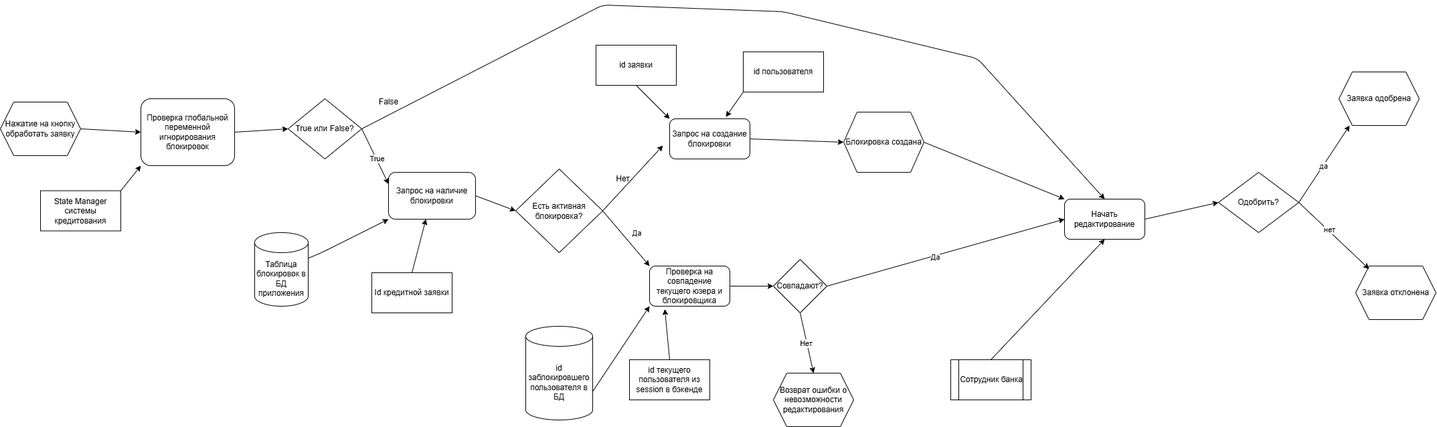
Before: EPC_model.png, a diagram exported from draw.io (lazYaaaa/Modeling-migrations-of-loan-system-prototype-DB). Source tidied: cells renumbered, new cells last; positions are measured from the earlier drawing's top-left corner, leaving out a move shared by most shapes. The source it was exported from:
```xml
<mxGraphModel>
  <root>
    <mxCell id="0" />
    <mxCell id="1" parent="0" />
    <mxCell id="2" style="edgeStyle=none;html=1;exitX=1;exitY=0.5;exitDx=0;exitDy=0;entryX=0;entryY=0.5;entryDx=0;entryDy=0;" parent="1" edge="1" source="3" target="6">
      <mxGeometry relative="1" as="geometry" />
    </mxCell>
    <mxCell id="3" value="Нажатие на кнопку&lt;br&gt;обработать заявку" style="shape=hexagon;perimeter=hexagonPerimeter2;whiteSpace=wrap;html=1;fixedSize=1;" parent="1" vertex="1">
      <mxGeometry y="145" width="120" height="80" as="geometry" />
    </mxCell>
    <mxCell id="4" value="Таблица блокировок в БД приложения" style="shape=cylinder3;whiteSpace=wrap;html=1;boundedLbl=1;backgroundOutline=1;size=15;" parent="1" vertex="1">
      <mxGeometry x="380" y="340" width="80" height="110" as="geometry" />
    </mxCell>
    <mxCell id="5" style="edgeStyle=none;html=1;exitX=1;exitY=0.5;exitDx=0;exitDy=0;entryX=0;entryY=0.5;entryDx=0;entryDy=0;" parent="1" edge="1" source="6" target="10">
      <mxGeometry relative="1" as="geometry" />
    </mxCell>
    <mxCell id="6" value="Проверка глобальной переменной игнорирования блокировок" style="rounded=1;whiteSpace=wrap;html=1;" parent="1" vertex="1">
      <mxGeometry x="210" y="140" width="140" height="100" as="geometry" />
    </mxCell>
    <mxCell id="7" style="edgeStyle=none;html=1;exitX=1;exitY=0.5;exitDx=0;exitDy=0;entryX=0.5;entryY=0;entryDx=0;entryDy=0;" parent="1" edge="1" source="10" target="31">
      <mxGeometry relative="1" as="geometry">
        <Array as="points">
          <mxPoint x="900" />
          <mxPoint x="1170" y="10" />
          <mxPoint x="1460" y="80" />
        </Array>
      </mxGeometry>
    </mxCell>
    <mxCell id="8" style="edgeStyle=none;html=1;exitX=1;exitY=0.5;exitDx=0;exitDy=0;entryX=0;entryY=0.25;entryDx=0;entryDy=0;" parent="1" edge="1" source="10" target="12">
      <mxGeometry relative="1" as="geometry" />
    </mxCell>
    <mxCell id="9" value="True" style="edgeLabel;html=1;align=center;verticalAlign=middle;" parent="8" vertex="1">
      <mxGeometry x="0.06" y="1" relative="1" as="geometry" />
    </mxCell>
    <mxCell id="10" value="True или False?" style="rhombus;whiteSpace=wrap;html=1;" parent="1" vertex="1">
      <mxGeometry x="430" y="140" width="110" height="90" as="geometry" />
    </mxCell>
    <mxCell id="11" style="edgeStyle=none;html=1;exitX=1;exitY=0.5;exitDx=0;exitDy=0;entryX=0;entryY=0.5;entryDx=0;entryDy=0;" parent="1" edge="1" source="12" target="17">
      <mxGeometry relative="1" as="geometry" />
    </mxCell>
    <mxCell id="12" value="Запрос на наличие блокировки" style="rounded=1;whiteSpace=wrap;html=1;" parent="1" vertex="1">
      <mxGeometry x="580" y="250" width="130" height="70" as="geometry" />
    </mxCell>
    <mxCell id="13" style="endArrow=classic;html=1;entryX=0;entryY=1;entryDx=0;entryDy=0;" parent="1" edge="1" source="4" target="12">
      <mxGeometry relative="1" as="geometry">
        <Array as="points">
          <mxPoint x="480" y="370" />
        </Array>
      </mxGeometry>
    </mxCell>
    <mxCell id="14" style="edgeStyle=none;html=1;exitX=1;exitY=0.5;exitDx=0;exitDy=0;entryX=0;entryY=0.5;entryDx=0;entryDy=0;" parent="1" edge="1" source="17">
      <mxGeometry relative="1" as="geometry">
        <mxPoint x="990" y="210" as="targetPoint" />
      </mxGeometry>
    </mxCell>
    <mxCell id="15" style="edgeStyle=none;html=1;exitX=1;exitY=0.5;exitDx=0;exitDy=0;entryX=0;entryY=0;entryDx=0;entryDy=0;" parent="1" edge="1" source="17" target="37">
      <mxGeometry relative="1" as="geometry" />
    </mxCell>
    <mxCell id="16" value="Да" style="edgeLabel;html=1;align=center;verticalAlign=middle;" parent="15" vertex="1">
      <mxGeometry x="-0.46" y="4" relative="1" as="geometry">
        <mxPoint x="28" y="13" as="offset" />
      </mxGeometry>
    </mxCell>
    <mxCell id="17" value="Есть активная блокировка?" style="rhombus;whiteSpace=wrap;html=1;" parent="1" vertex="1">
      <mxGeometry x="770" y="245" width="130" height="125" as="geometry" />
    </mxCell>
    <mxCell id="18" style="edgeStyle=none;html=1;exitX=1;exitY=0;exitDx=0;exitDy=0;entryX=0;entryY=1;entryDx=0;entryDy=0;" parent="1" edge="1" source="19" target="6">
      <mxGeometry relative="1" as="geometry" />
    </mxCell>
    <mxCell id="19" value="State Manager системы кредитования" style="rounded=0;whiteSpace=wrap;html=1;" parent="1" vertex="1">
      <mxGeometry x="60" y="277.5" width="120" height="60" as="geometry" />
    </mxCell>
    <mxCell id="20" value="Нет" style="text;html=1;align=center;verticalAlign=middle;strokeColor=none;fillColor=none;" parent="1" vertex="1">
      <mxGeometry x="910" y="245" width="40" height="30" as="geometry" />
    </mxCell>
    <mxCell id="21" value="False" style="text;html=1;align=center;verticalAlign=middle;strokeColor=none;fillColor=none;" parent="1" vertex="1">
      <mxGeometry x="555" y="130" width="50" height="30" as="geometry" />
    </mxCell>
    <mxCell id="22" style="edgeStyle=none;html=1;exitX=0.5;exitY=0;exitDx=0;exitDy=0;" parent="1" edge="1" source="23" target="12">
      <mxGeometry relative="1" as="geometry" />
    </mxCell>
    <mxCell id="23" value="Id кредитной заявки" style="rounded=0;whiteSpace=wrap;html=1;" parent="1" vertex="1">
      <mxGeometry x="555" y="400" width="120" height="60" as="geometry" />
    </mxCell>
    <mxCell id="24" style="edgeStyle=none;html=1;exitX=1;exitY=0.5;exitDx=0;exitDy=0;entryX=0;entryY=0.5;entryDx=0;entryDy=0;" parent="1" edge="1" source="25" target="35">
      <mxGeometry relative="1" as="geometry" />
    </mxCell>
    <mxCell id="25" value="Запрос на создание блокировки" style="rounded=1;whiteSpace=wrap;html=1;" parent="1" vertex="1">
      <mxGeometry x="1000" y="170" width="120" height="60" as="geometry" />
    </mxCell>
    <mxCell id="26" style="edgeStyle=none;html=1;exitX=0.5;exitY=1;exitDx=0;exitDy=0;entryX=0;entryY=0;entryDx=0;entryDy=0;" parent="1" edge="1" source="27" target="25">
      <mxGeometry relative="1" as="geometry" />
    </mxCell>
    <mxCell id="27" value="id заявки" style="rounded=0;whiteSpace=wrap;html=1;" parent="1" vertex="1">
      <mxGeometry x="890" y="60" width="120" height="60" as="geometry" />
    </mxCell>
    <mxCell id="28" value="id пользователя" style="rounded=0;whiteSpace=wrap;html=1;" parent="1" vertex="1">
      <mxGeometry x="1110" y="70" width="120" height="60" as="geometry" />
    </mxCell>
    <mxCell id="29" style="edgeStyle=none;html=1;exitX=0;exitY=1;exitDx=0;exitDy=0;entryX=0.7;entryY=-0.047;entryDx=0;entryDy=0;entryPerimeter=0;" parent="1" edge="1" source="28" target="25">
      <mxGeometry relative="1" as="geometry" />
    </mxCell>
    <mxCell id="30" style="edgeStyle=none;html=1;exitX=1;exitY=0.5;exitDx=0;exitDy=0;entryX=0;entryY=0.5;entryDx=0;entryDy=0;" parent="1" edge="1" source="31" target="50">
      <mxGeometry relative="1" as="geometry" />
    </mxCell>
    <mxCell id="31" value="Начать редактирование" style="rounded=1;whiteSpace=wrap;html=1;" parent="1" vertex="1">
      <mxGeometry x="1590" y="290" width="120" height="60" as="geometry" />
    </mxCell>
    <mxCell id="32" style="edgeStyle=none;html=1;exitX=0.5;exitY=0;exitDx=0;exitDy=0;entryX=0.5;entryY=1;entryDx=0;entryDy=0;" parent="1" edge="1" source="33" target="31">
      <mxGeometry relative="1" as="geometry" />
    </mxCell>
    <mxCell id="33" value="Сотрудник банка" style="shape=process;whiteSpace=wrap;html=1;backgroundOutline=1;" parent="1" vertex="1">
      <mxGeometry x="1420" y="530" width="120" height="60" as="geometry" />
    </mxCell>
    <mxCell id="34" style="edgeStyle=none;html=1;exitX=1;exitY=0.5;exitDx=0;exitDy=0;entryX=0;entryY=0;entryDx=0;entryDy=0;" parent="1" edge="1" source="35" target="31">
      <mxGeometry relative="1" as="geometry" />
    </mxCell>
    <mxCell id="35" value="Блокировка создана" style="shape=hexagon;perimeter=hexagonPerimeter2;whiteSpace=wrap;html=1;fixedSize=1;" parent="1" vertex="1">
      <mxGeometry x="1260" y="160" width="120" height="90" as="geometry" />
    </mxCell>
    <mxCell id="36" style="edgeStyle=none;html=1;exitX=1;exitY=0.5;exitDx=0;exitDy=0;" parent="1" edge="1" source="37" target="46">
      <mxGeometry relative="1" as="geometry" />
    </mxCell>
    <mxCell id="37" value="Проверка на совпадение текущего юзера и блокировщика" style="rounded=1;whiteSpace=wrap;html=1;" parent="1" vertex="1">
      <mxGeometry x="970" y="390" width="120" height="60" as="geometry" />
    </mxCell>
    <mxCell id="38" style="edgeStyle=none;html=1;exitX=1;exitY=0;exitDx=0;exitDy=97.5;exitPerimeter=0;entryX=0;entryY=1;entryDx=0;entryDy=0;" parent="1" edge="1" source="39" target="37">
      <mxGeometry relative="1" as="geometry" />
    </mxCell>
    <mxCell id="39" value="id заблокировшего пользователя в БД" style="shape=cylinder3;whiteSpace=wrap;html=1;boundedLbl=1;backgroundOutline=1;size=15;" parent="1" vertex="1">
      <mxGeometry x="785" y="480" width="100" height="140" as="geometry" />
    </mxCell>
    <mxCell id="40" value="id текущего пользователя из session в бэкенде" style="rounded=0;whiteSpace=wrap;html=1;" parent="1" vertex="1">
      <mxGeometry x="940" y="530" width="120" height="60" as="geometry" />
    </mxCell>
    <mxCell id="41" style="edgeStyle=none;html=1;exitX=0.5;exitY=0;exitDx=0;exitDy=0;entryX=0.19;entryY=1.073;entryDx=0;entryDy=0;entryPerimeter=0;" parent="1" edge="1" source="40" target="37">
      <mxGeometry relative="1" as="geometry" />
    </mxCell>
    <mxCell id="42" style="edgeStyle=none;html=1;exitX=0.5;exitY=1;exitDx=0;exitDy=0;entryX=0.5;entryY=0;entryDx=0;entryDy=0;" parent="1" edge="1" source="46" target="47">
      <mxGeometry relative="1" as="geometry" />
    </mxCell>
    <mxCell id="43" value="Нет" style="edgeLabel;html=1;align=center;verticalAlign=middle;" parent="42" vertex="1">
      <mxGeometry y="-2" relative="1" as="geometry" />
    </mxCell>
    <mxCell id="44" style="edgeStyle=none;html=1;exitX=1;exitY=0.5;exitDx=0;exitDy=0;entryX=0;entryY=0.5;entryDx=0;entryDy=0;" parent="1" edge="1" source="46" target="31">
      <mxGeometry relative="1" as="geometry" />
    </mxCell>
    <mxCell id="45" value="Да" style="edgeLabel;html=1;align=center;verticalAlign=middle;" parent="44" vertex="1">
      <mxGeometry x="-0.09" y="-2" relative="1" as="geometry" />
    </mxCell>
    <mxCell id="46" value="Совпадают?" style="rhombus;whiteSpace=wrap;html=1;" parent="1" vertex="1">
      <mxGeometry x="1155" y="380" width="80" height="80" as="geometry" />
    </mxCell>
    <mxCell id="47" value="Возврат ошибки о невозможности редактирования" style="shape=hexagon;perimeter=hexagonPerimeter2;whiteSpace=wrap;html=1;fixedSize=1;" parent="1" vertex="1">
      <mxGeometry x="1155" y="550" width="120" height="80" as="geometry" />
    </mxCell>
    <mxCell id="48" value="Заявка одобрена" style="shape=hexagon;perimeter=hexagonPerimeter2;whiteSpace=wrap;html=1;fixedSize=1;" parent="1" vertex="1">
      <mxGeometry x="2000" y="100" width="120" height="80" as="geometry" />
    </mxCell>
    <mxCell id="49" value="Заявка отклонена" style="shape=hexagon;perimeter=hexagonPerimeter2;whiteSpace=wrap;html=1;fixedSize=1;" parent="1" vertex="1">
      <mxGeometry x="2025" y="390" width="120" height="80" as="geometry" />
    </mxCell>
    <mxCell id="50" value="Одобрить?" style="rhombus;whiteSpace=wrap;html=1;" parent="1" vertex="1">
      <mxGeometry x="1820" y="250" width="120" height="90" as="geometry" />
    </mxCell>
    <mxCell id="51" style="edgeStyle=none;html=1;exitX=1;exitY=0.5;exitDx=0;exitDy=0;entryX=0.133;entryY=1;entryDx=0;entryDy=0;entryPerimeter=0;" parent="1" edge="1" source="50" target="48">
      <mxGeometry relative="1" as="geometry" />
    </mxCell>
    <mxCell id="52" value="да" style="edgeLabel;html=1;align=center;verticalAlign=middle;" parent="51" vertex="1">
      <mxGeometry x="-0.05" relative="1" as="geometry" />
    </mxCell>
    <mxCell id="53" style="edgeStyle=none;html=1;exitX=1;exitY=0.5;exitDx=0;exitDy=0;entryX=0.167;entryY=0.055;entryDx=0;entryDy=0;entryPerimeter=0;" parent="1" edge="1" source="50" target="49">
      <mxGeometry relative="1" as="geometry" />
    </mxCell>
    <mxCell id="54" value="нет" style="edgeLabel;html=1;align=center;verticalAlign=middle;" parent="53" vertex="1">
      <mxGeometry x="-0.17" y="2" relative="1" as="geometry" />
    </mxCell>
  </root>
</mxGraphModel>
```
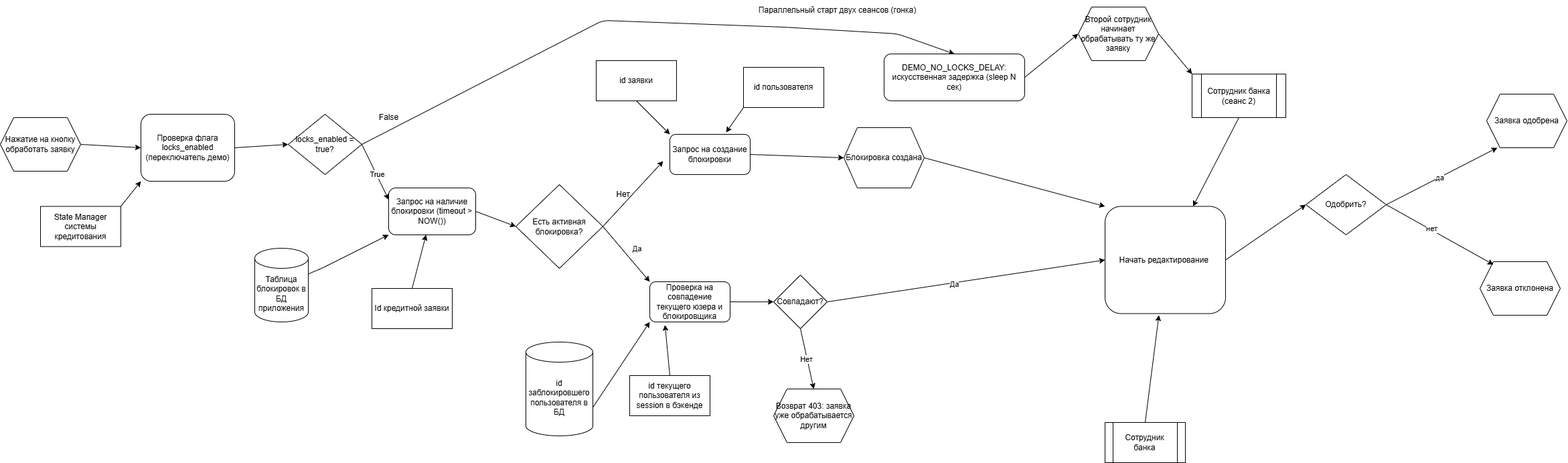
Above is the later version.

Diff of the diagram source:
```diff
@@ -14,15 +14,15 @@
     <mxCell id="5" style="edgeStyle=none;html=1;exitX=1;exitY=0.5;exitDx=0;exitDy=0;entryX=0;entryY=0.5;entryDx=0;entryDy=0;" parent="1" edge="1" source="6" target="10">
       <mxGeometry relative="1" as="geometry" />
     </mxCell>
-    <mxCell id="6" value="Проверка глобальной переменной игнорирования блокировок" style="rounded=1;whiteSpace=wrap;html=1;" parent="1" vertex="1">
+    <mxCell id="6" value="Проверка флага locks_enabled (переключатель демо)" style="rounded=1;whiteSpace=wrap;html=1;" parent="1" vertex="1">
       <mxGeometry x="210" y="140" width="140" height="100" as="geometry" />
     </mxCell>
-    <mxCell id="7" style="edgeStyle=none;html=1;exitX=1;exitY=0.5;exitDx=0;exitDy=0;entryX=0.5;entryY=0;entryDx=0;entryDy=0;" parent="1" edge="1" source="10" target="31">
+    <mxCell id="7" style="edgeStyle=none;html=1;exitX=1;exitY=0.5;exitDx=0;exitDy=0;entryX=0.5;entryY=0;entryDx=0;entryDy=0;" parent="1" edge="1" source="10" target="59">
       <mxGeometry relative="1" as="geometry">
         <Array as="points">
           <mxPoint x="900" />
           <mxPoint x="1170" y="10" />
-          <mxPoint x="1460" y="80" />
+          <mxPoint x="1340" y="20" />
         </Array>
       </mxGeometry>
     </mxCell>
@@ -32,13 +32,13 @@
     <mxCell id="9" value="True" style="edgeLabel;html=1;align=center;verticalAlign=middle;" parent="8" vertex="1">
       <mxGeometry x="0.06" y="1" relative="1" as="geometry" />
     </mxCell>
-    <mxCell id="10" value="True или False?" style="rhombus;whiteSpace=wrap;html=1;" parent="1" vertex="1">
+    <mxCell id="10" value="locks_enabled = true?" style="rhombus;whiteSpace=wrap;html=1;" parent="1" vertex="1">
       <mxGeometry x="430" y="140" width="110" height="90" as="geometry" />
     </mxCell>
     <mxCell id="11" style="edgeStyle=none;html=1;exitX=1;exitY=0.5;exitDx=0;exitDy=0;entryX=0;entryY=0.5;entryDx=0;entryDy=0;" parent="1" edge="1" source="12" target="17">
       <mxGeometry relative="1" as="geometry" />
     </mxCell>
-    <mxCell id="12" value="Запрос на наличие блокировки" style="rounded=1;whiteSpace=wrap;html=1;" parent="1" vertex="1">
+    <mxCell id="12" value="Запрос на наличие блокировки (timeout &gt; NOW())" style="rounded=1;whiteSpace=wrap;html=1;" parent="1" vertex="1">
       <mxGeometry x="580" y="250" width="130" height="70" as="geometry" />
     </mxCell>
     <mxCell id="13" style="endArrow=classic;html=1;entryX=0;entryY=1;entryDx=0;entryDy=0;" parent="1" edge="1" source="4" target="12">
@@ -103,15 +103,42 @@
     <mxCell id="30" style="edgeStyle=none;html=1;exitX=1;exitY=0.5;exitDx=0;exitDy=0;entryX=0;entryY=0.5;entryDx=0;entryDy=0;" parent="1" edge="1" source="31" target="50">
       <mxGeometry relative="1" as="geometry" />
     </mxCell>
+    <mxCell id="55" style="edgeStyle=none;html=1;exitX=0.5;exitY=1;exitDx=0;exitDy=0;" parent="1" edge="1" source="31">
+      <mxGeometry relative="1" as="geometry">
+        <mxPoint x="1740.2" y="437.3" as="targetPoint" />
+      </mxGeometry>
+    </mxCell>
-    <mxCell id="31" value="Начать редактирование" style="rounded=1;whiteSpace=wrap;html=1;" parent="1" vertex="1">
-      <mxGeometry x="1590" y="290" width="120" height="60" as="geometry" />
+    <mxCell id="31" value="Начать редактирование&amp;nbsp;" style="rounded=1;whiteSpace=wrap;html=1;" parent="1" vertex="1">
+      <mxGeometry x="1650" y="277.5" width="180" height="160" as="geometry" />
     </mxCell>
-    <mxCell id="32" style="edgeStyle=none;html=1;exitX=0.5;exitY=0;exitDx=0;exitDy=0;entryX=0.5;entryY=1;entryDx=0;entryDy=0;" parent="1" edge="1" source="33" target="31">
+    <mxCell id="32" style="edgeStyle=none;html=1;exitX=0.5;exitY=0;exitDx=0;exitDy=0;entryX=0.447;entryY=1.015;entryDx=0;entryDy=0;entryPerimeter=0;" parent="1" edge="1" source="33" target="31">
       <mxGeometry relative="1" as="geometry" />
     </mxCell>
     <mxCell id="33" value="Сотрудник банка" style="shape=process;whiteSpace=wrap;html=1;backgroundOutline=1;" parent="1" vertex="1">
-      <mxGeometry x="1420" y="530" width="120" height="60" as="geometry" />
+      <mxGeometry x="1650" y="600" width="120" height="60" as="geometry" />
     </mxCell>
+    <mxCell id="56" style="edgeStyle=none;html=1;exitX=0.5;exitY=0;exitDx=0;exitDy=0;" parent="1" edge="1" source="57">
+      <mxGeometry relative="1" as="geometry">
+        <mxPoint x="1850" y="90" as="targetPoint" />
+      </mxGeometry>
+    </mxCell>
+    <mxCell id="57" value="Сотрудник банка (сеанс 2)" style="shape=process;whiteSpace=wrap;html=1;backgroundOutline=1;" parent="1" vertex="1">
+      <mxGeometry x="1780" y="80" width="140" height="65" as="geometry" />
+    </mxCell>
+    <mxCell id="58" style="edgeStyle=none;html=1;exitX=1;exitY=0.5;exitDx=0;exitDy=0;entryX=0;entryY=0.5;entryDx=0;entryDy=0;" parent="1" edge="1" source="59" target="63">
+      <mxGeometry relative="1" as="geometry" />
+    </mxCell>
+    <mxCell id="59" value="DEMO_NO_LOCKS_DELAY: искусственная задержка (sleep N сек)" style="rounded=1;whiteSpace=wrap;html=1;" parent="1" vertex="1">
+      <mxGeometry x="1320" y="50" width="210" height="70" as="geometry" />
+    </mxCell>
+    <mxCell id="60" value="Параллельный старт двух сеансов (гонка)" style="text;html=1;align=center;verticalAlign=middle;strokeColor=none;fillColor=none;" parent="1" vertex="1">
+      <mxGeometry x="1140" y="-30" width="220" height="30" as="geometry" />
+    </mxCell>
+    <mxCell id="61" style="edgeStyle=none;html=1;exitX=0.5;exitY=0;exitDx=0;exitDy=0;" parent="1" edge="1" target="31">
+      <mxGeometry relative="1" as="geometry">
+        <mxPoint x="1850" y="145" as="sourcePoint" />
+      </mxGeometry>
+    </mxCell>
     <mxCell id="34" style="edgeStyle=none;html=1;exitX=1;exitY=0.5;exitDx=0;exitDy=0;entryX=0;entryY=0;entryDx=0;entryDy=0;" parent="1" edge="1" source="35" target="31">
       <mxGeometry relative="1" as="geometry" />
     </mxCell>
@@ -151,17 +178,17 @@
     <mxCell id="46" value="Совпадают?" style="rhombus;whiteSpace=wrap;html=1;" parent="1" vertex="1">
       <mxGeometry x="1155" y="380" width="80" height="80" as="geometry" />
     </mxCell>
-    <mxCell id="47" value="Возврат ошибки о невозможности редактирования" style="shape=hexagon;perimeter=hexagonPerimeter2;whiteSpace=wrap;html=1;fixedSize=1;" parent="1" vertex="1">
+    <mxCell id="47" value="Возврат 403: заявка уже обрабатывается другим" style="shape=hexagon;perimeter=hexagonPerimeter2;whiteSpace=wrap;html=1;fixedSize=1;" parent="1" vertex="1">
       <mxGeometry x="1155" y="550" width="120" height="80" as="geometry" />
     </mxCell>
     <mxCell id="48" value="Заявка одобрена" style="shape=hexagon;perimeter=hexagonPerimeter2;whiteSpace=wrap;html=1;fixedSize=1;" parent="1" vertex="1">
-      <mxGeometry x="2000" y="100" width="120" height="80" as="geometry" />
+      <mxGeometry x="2220" y="110" width="120" height="80" as="geometry" />
     </mxCell>
     <mxCell id="49" value="Заявка отклонена" style="shape=hexagon;perimeter=hexagonPerimeter2;whiteSpace=wrap;html=1;fixedSize=1;" parent="1" vertex="1">
-      <mxGeometry x="2025" y="390" width="120" height="80" as="geometry" />
+      <mxGeometry x="2210" y="360" width="120" height="80" as="geometry" />
     </mxCell>
     <mxCell id="50" value="Одобрить?" style="rhombus;whiteSpace=wrap;html=1;" parent="1" vertex="1">
-      <mxGeometry x="1820" y="250" width="120" height="90" as="geometry" />
+      <mxGeometry x="1950" y="230" width="120" height="90" as="geometry" />
     </mxCell>
     <mxCell id="51" style="edgeStyle=none;html=1;exitX=1;exitY=0.5;exitDx=0;exitDy=0;entryX=0.133;entryY=1;entryDx=0;entryDy=0;entryPerimeter=0;" parent="1" edge="1" source="50" target="48">
       <mxGeometry relative="1" as="geometry" />
@@ -175,5 +202,11 @@
     <mxCell id="54" value="нет" style="edgeLabel;html=1;align=center;verticalAlign=middle;" parent="53" vertex="1">
       <mxGeometry x="-0.17" y="2" relative="1" as="geometry" />
     </mxCell>
+    <mxCell id="62" style="edgeStyle=none;html=1;exitX=1;exitY=0.5;exitDx=0;exitDy=0;entryX=0;entryY=0;entryDx=0;entryDy=0;" parent="1" edge="1" source="63" target="57">
+      <mxGeometry relative="1" as="geometry" />
+    </mxCell>
+    <mxCell id="63" value="Второй сотрудник начинает обрабатывать ту же заявку" style="shape=hexagon;perimeter=hexagonPerimeter2;whiteSpace=wrap;html=1;fixedSize=1;" parent="1" vertex="1">
+      <mxGeometry x="1610" y="-20" width="120" height="80" as="geometry" />
+    </mxCell>
   </root>
 </mxGraphModel>
```
